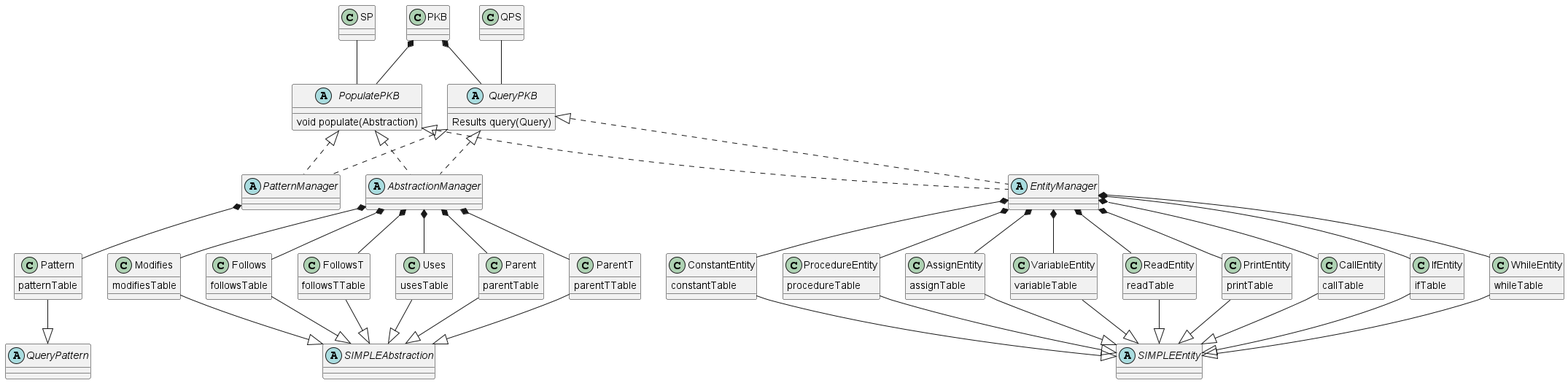
mazx4960/static-analyzer keeps this PlantUML diagram as docs/images/PKBClassDiagram.png. Above is the earlier version. Source of this version:
```plantuml
@startuml

class SP
class QPS
class PKB

abstract class PopulatePKB {
	void populate(Abstraction)
}

abstract class QueryPKB {
	Results query(Query)
}

abstract class "EntityManager"
abstract class "AbstractionManager"
abstract class "PatternManager"

abstract class "SIMPLEAbstraction"
abstract class "SIMPLEEntity"
abstract class "QueryPattern"

class VariableEntity {
	variableTable
}

class ReadEntity {
	readTable
}

class PrintEntity {
	printTable
}

class CallEntity {
	callTable
}

class IfEntity {
	ifTable
}

class WhileEntity {
	whileTable
}


class ConstantEntity {
	constantTable
}


class ProcedureEntity {
	procedureTable
}

class AssignEntity {
	assignTable
}

 class Pattern {
	patternTable
}

class Modifies {
	modifiesTable
}

class Follows {
	followsTable
}

class FollowsT{
	followsTTable
}

class Uses {
	usesTable
}

class Parent{
	parentTable
}

class ParentT{
	parentTTable
}


PKB *-down- PopulatePKB
PKB *-down- QueryPKB
SP -down- PopulatePKB
QPS -down- QueryPKB

PopulatePKB <|.down. EntityManager
QueryPKB <|.down. EntityManager

PopulatePKB <|.down.  PatternManager
QueryPKB <|.down. PatternManager

PopulatePKB <|.down.  AbstractionManager
QueryPKB <|.down. AbstractionManager

VariableEntity  -up-* EntityManager
ReadEntity  -up-* EntityManager
PrintEntity  -up-* EntityManager
CallEntity  -up-* EntityManager
IfEntity  -up-* EntityManager
WhileEntity  -up-* EntityManager
ConstantEntity  -up-* EntityManager
ProcedureEntity  -up-* EntityManager
AssignEntity  -up-* EntityManager

VariableEntity -down-|> SIMPLEEntity
ReadEntity -down-|> SIMPLEEntity
PrintEntity -down-|> SIMPLEEntity
CallEntity -down-|> SIMPLEEntity
IfEntity -down-|> SIMPLEEntity
WhileEntity -down-|> SIMPLEEntity
ConstantEntity -down-|> SIMPLEEntity
ProcedureEntity -down-|> SIMPLEEntity
AssignEntity -down-|> SIMPLEEntity

Modifies -up-* AbstractionManager
Follows -up-* AbstractionManager
FollowsT -up-* AbstractionManager
Uses -up-* AbstractionManager
Parent -up-* AbstractionManager
ParentT -up-* AbstractionManager

Modifies -down-|> SIMPLEAbstraction
Follows -down-|> SIMPLEAbstraction
FollowsT -down-|> SIMPLEAbstraction
Uses -down-|> SIMPLEAbstraction
Parent -down-|> SIMPLEAbstraction
ParentT -down-|> SIMPLEAbstraction

Pattern -up-* PatternManager
Pattern -down-|> QueryPattern

@enduml
```
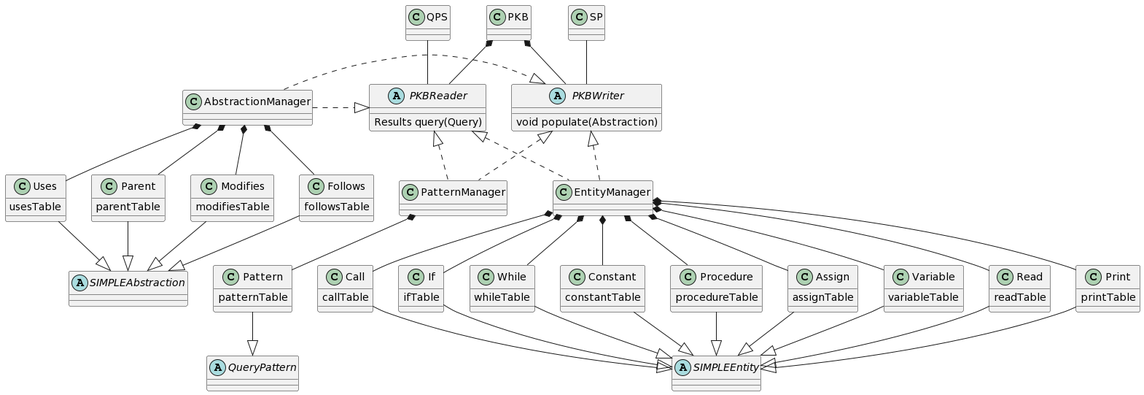
Above is the later version.

Commit message:
docs: update PKB UML image

The edit, as a diff of the source:
```diff
@@ -1,64 +1,61 @@
 @startuml
-
 class SP
 class QPS
 class PKB
 
-abstract class PopulatePKB {
+abstract class PKBWriter {
 	void populate(Abstraction)
 }
 
-abstract class QueryPKB {
+abstract class PKBReader {
 	Results query(Query)
 }
 
-abstract class "EntityManager"
-abstract class "AbstractionManager"
-abstract class "PatternManager"
+class "EntityManager"
+class "AbstractionManager"
+class "PatternManager"
 
 abstract class "SIMPLEAbstraction"
 abstract class "SIMPLEEntity"
 abstract class "QueryPattern"
 
-class VariableEntity {
+class Variable {
 	variableTable
 }
 
-class ReadEntity {
+class Read {
 	readTable
 }
 
-class PrintEntity {
+class Print {
 	printTable
 }
 
-class CallEntity {
+class Call {
 	callTable
 }
 
-class IfEntity {
+class If {
 	ifTable
 }
 
-class WhileEntity {
+class While {
 	whileTable
 }
 
-
-class ConstantEntity {
+class Constant {
 	constantTable
 }
 
-
-class ProcedureEntity {
+class Procedure{
 	procedureTable
 }
 
-class AssignEntity {
+class Assign {
 	assignTable
 }
 
- class Pattern {
+class Pattern {
 	patternTable
 }
 
@@ -70,10 +67,6 @@
 	followsTable
 }
 
-class FollowsT{
-	followsTTable
-}
-
 class Uses {
 	usesTable
 }
@@ -82,60 +75,52 @@
 	parentTable
 }
 
-class ParentT{
-	parentTTable
-}
 
+PKB *-down- PKBWriter
+PKB *-down- PKBReader
+SP -down- PKBWriter
+QPS -down- PKBReader
 
-PKB *-down- PopulatePKB
-PKB *-down- QueryPKB
-SP -down- PopulatePKB
-QPS -down- QueryPKB
+PKBWriter <|.down. EntityManager
+PKBReader <|.down. EntityManager
 
-PopulatePKB <|.down. EntityManager
-QueryPKB <|.down. EntityManager
+PKBWriter <|.down.  PatternManager
+PKBReader <|.down. PatternManager
 
-PopulatePKB <|.down.  PatternManager
-QueryPKB <|.down. PatternManager
+PKBWriter <|.left.  AbstractionManager
+PKBReader <|.left. AbstractionManager
 
-PopulatePKB <|.down.  AbstractionManager
-QueryPKB <|.down. AbstractionManager
+Variable -up-* EntityManager
+Read -up-* EntityManager
+Print  -up-* EntityManager
+Call -up-* EntityManager
+If -up-* EntityManager
+While -up-* EntityManager
+Constant -up-* EntityManager
+Procedure -up-* EntityManager
+Assign -up-* EntityManager
 
-VariableEntity  -up-* EntityManager
-ReadEntity  -up-* EntityManager
-PrintEntity  -up-* EntityManager
-CallEntity  -up-* EntityManager
-IfEntity  -up-* EntityManager
-WhileEntity  -up-* EntityManager
-ConstantEntity  -up-* EntityManager
-ProcedureEntity  -up-* EntityManager
-AssignEntity  -up-* EntityManager
-
-VariableEntity -down-|> SIMPLEEntity
-ReadEntity -down-|> SIMPLEEntity
-PrintEntity -down-|> SIMPLEEntity
-CallEntity -down-|> SIMPLEEntity
-IfEntity -down-|> SIMPLEEntity
-WhileEntity -down-|> SIMPLEEntity
-ConstantEntity -down-|> SIMPLEEntity
-ProcedureEntity -down-|> SIMPLEEntity
-AssignEntity -down-|> SIMPLEEntity
+Variable -down-|> SIMPLEEntity
+Read -down-|> SIMPLEEntity
+Print -down-|> SIMPLEEntity
+Call -down-|> SIMPLEEntity
+If -down-|> SIMPLEEntity
+While -down-|> SIMPLEEntity
+Constant -down-|> SIMPLEEntity
+Procedure -down-|> SIMPLEEntity
+Assign -down-|> SIMPLEEntity
 
 Modifies -up-* AbstractionManager
 Follows -up-* AbstractionManager
-FollowsT -up-* AbstractionManager
 Uses -up-* AbstractionManager
 Parent -up-* AbstractionManager
-ParentT -up-* AbstractionManager
+
 
 Modifies -down-|> SIMPLEAbstraction
 Follows -down-|> SIMPLEAbstraction
-FollowsT -down-|> SIMPLEAbstraction
 Uses -down-|> SIMPLEAbstraction
 Parent -down-|> SIMPLEAbstraction
-ParentT -down-|> SIMPLEAbstraction
 
 Pattern -up-* PatternManager
 Pattern -down-|> QueryPattern
-
 @enduml
```
